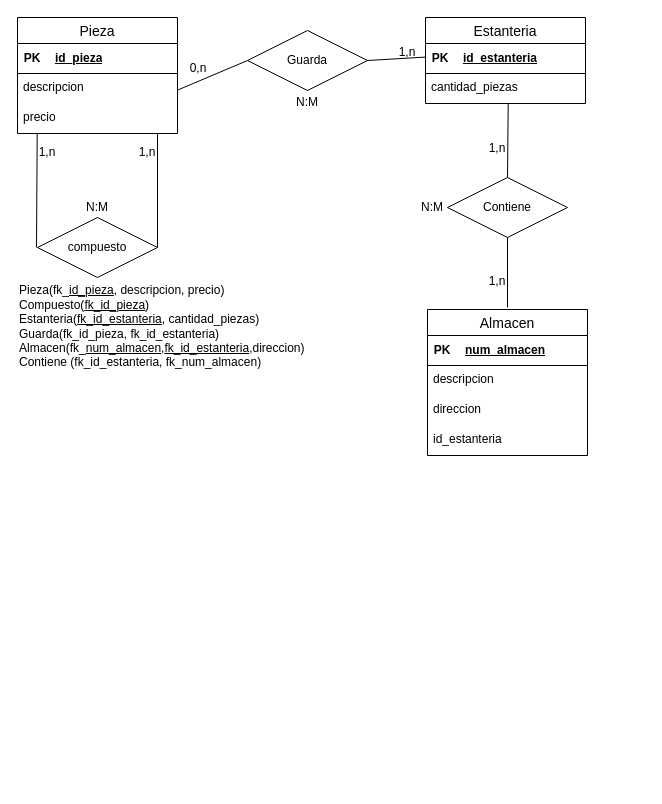
Daninuro/diagrames-cvf-dn-mpl-n-11102023 keeps this draw.io diagram as Ejercicio05.drawio. Above is the earlier version. Source tidied: cells renumbered, new cells numbered last; positions are measured from the earlier drawing's top-left corner, leaving out a move shared by most shapes. Both pictures are drawn from the tidied source at 100%, with x=0, y=0 at pixel (17, 17).
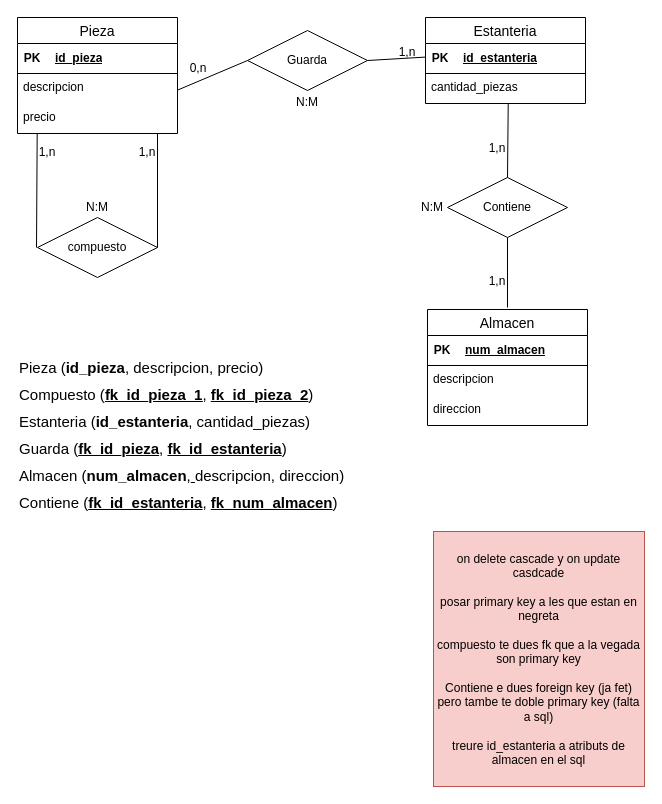
Above is the later version.

Diff of the diagram source:
```diff
@@
     <mxCell id="27" value="Almacen" style="swimlane;fontStyle=0;horizontal=1;startSize=26;align=center;fontSize=14;" parent="1" vertex="1">
-      <mxGeometry x="410" y="292" width="160" height="146" as="geometry" />
+      <mxGeometry x="410" y="292" width="160" height="116" as="geometry" />
     </mxCell>
@@
-    <mxCell id="34" value="id_estanteria" style="text;strokeColor=none;fillColor=none;spacingLeft=4;spacingRight=4;overflow=hidden;fontSize=12;whiteSpace=wrap;html=1;" parent="27" vertex="1">
-      <mxGeometry y="116" width="160" height="30" as="geometry" />
-    </mxCell>
@@
-    <mxCell id="41" value="Pieza(fk_&lt;u style=&quot;&quot;&gt;id_pieza&lt;/u&gt;, descripcion, precio)&lt;br&gt;Compuesto(&lt;u&gt;fk_id_pieza&lt;/u&gt;)&lt;br&gt;Estanteria(&lt;u&gt;fk_id_estanteria&lt;/u&gt;, cantidad_piezas)&lt;br&gt;Guarda(fk_id_pieza, fk_id_estanteria)&lt;br&gt;Almacen(fk_&lt;u style=&quot;&quot;&gt;num_almacen&lt;/u&gt;,&lt;u&gt;fk_id_estanteria&lt;/u&gt;,direccion)&lt;br&gt;Contiene (fk_id_estanteria, fk_num_almacen)" style="text;html=1;strokeColor=none;fillColor=none;align=left;verticalAlign=middle;whiteSpace=wrap;rounded=0;" parent="1" vertex="1">
-      <mxGeometry y="264" width="381" height="90" as="geometry" />
+    <mxCell id="41" value="&lt;p style=&quot;line-height: 180%; font-size: 15px;&quot;&gt;Pieza (&lt;b&gt;id_pieza&lt;/b&gt;, descripcion, precio)&lt;br&gt;Compuesto (&lt;u&gt;&lt;b&gt;fk_id_pieza_1&lt;/b&gt;,&lt;/u&gt; &lt;u&gt;&lt;b&gt;fk_id_pieza_2&lt;/b&gt;&lt;/u&gt;)&lt;br&gt;Estanteria (&lt;b&gt;id_estanteria&lt;/b&gt;, cantidad_piezas)&lt;br&gt;Guarda (&lt;u&gt;&lt;b&gt;fk_id_pieza&lt;/b&gt;&lt;/u&gt;, &lt;u&gt;&lt;b&gt;fk_id_estanteria&lt;/b&gt;&lt;/u&gt;)&lt;br&gt;Almacen (&lt;b&gt;num_almacen&lt;/b&gt;,&lt;u&gt;&amp;nbsp;&lt;/u&gt;descripcion, direccion)&lt;br&gt;Contiene (&lt;u&gt;&lt;b&gt;fk_id_estanteria&lt;/b&gt;&lt;/u&gt;, &lt;u&gt;&lt;b&gt;fk_num_almacen&lt;/b&gt;&lt;/u&gt;)&lt;/p&gt;" style="text;html=1;strokeColor=none;fillColor=none;align=left;verticalAlign=middle;whiteSpace=wrap;rounded=0;" parent="1" vertex="1">
+      <mxGeometry y="372" width="381" height="90" as="geometry" />
     </mxCell>
+    <mxCell id="42" value="on delete cascade y on update casdcade&lt;br&gt;&lt;br&gt;posar primary key a les que estan en negreta&lt;br&gt;&lt;br&gt;compuesto te dues fk que a la vegada son primary key&lt;br&gt;&lt;br&gt;Contiene e dues foreign key (ja fet) pero tambe te doble primary key (falta a sql)&lt;br&gt;&lt;br&gt;treure id_estanteria a atributs de almacen en el sql" style="text;html=1;strokeColor=#b85450;fillColor=#f8cecc;align=center;verticalAlign=middle;whiteSpace=wrap;rounded=0;" parent="1" vertex="1">
+      <mxGeometry x="416" y="514" width="211" height="255" as="geometry" />
+    </mxCell>
```
